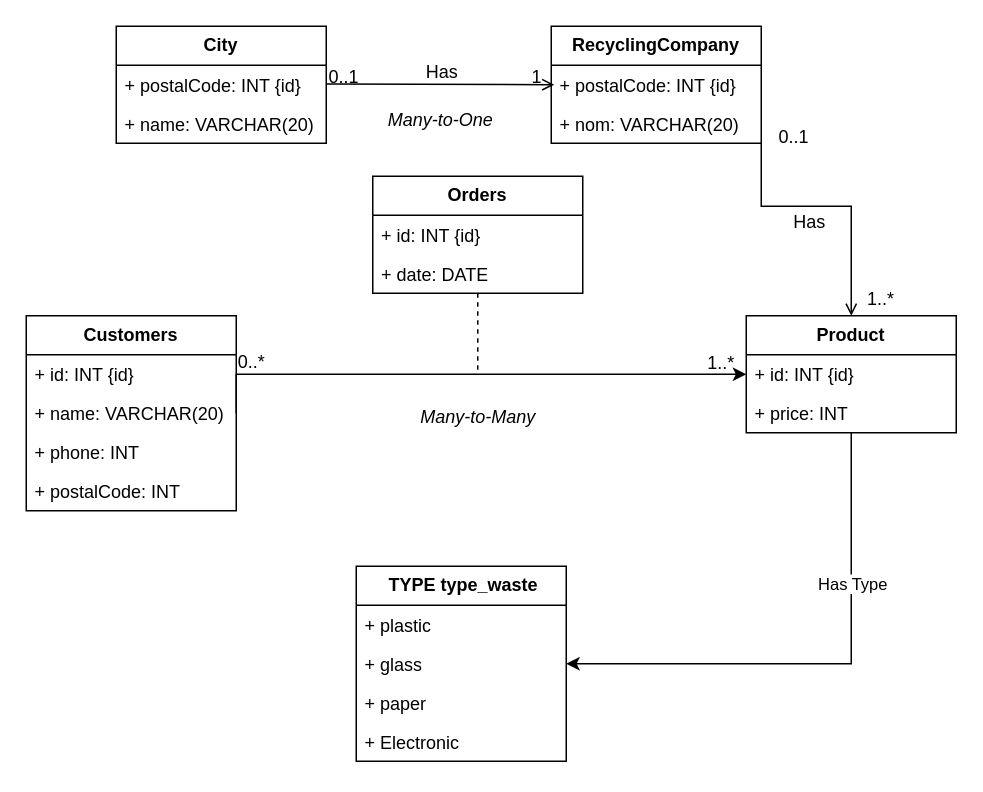
Before: Diagram.drawio in 0xtiho/ProjetBDL2, a draw.io diagram. Source tidied: cells renumbered, new cells numbered last; positions are measured from the earlier drawing's top-left corner, leaving out a move shared by most shapes. Both pictures are drawn from the tidied source at 150%, with x=0, y=0 at pixel (26, 26).
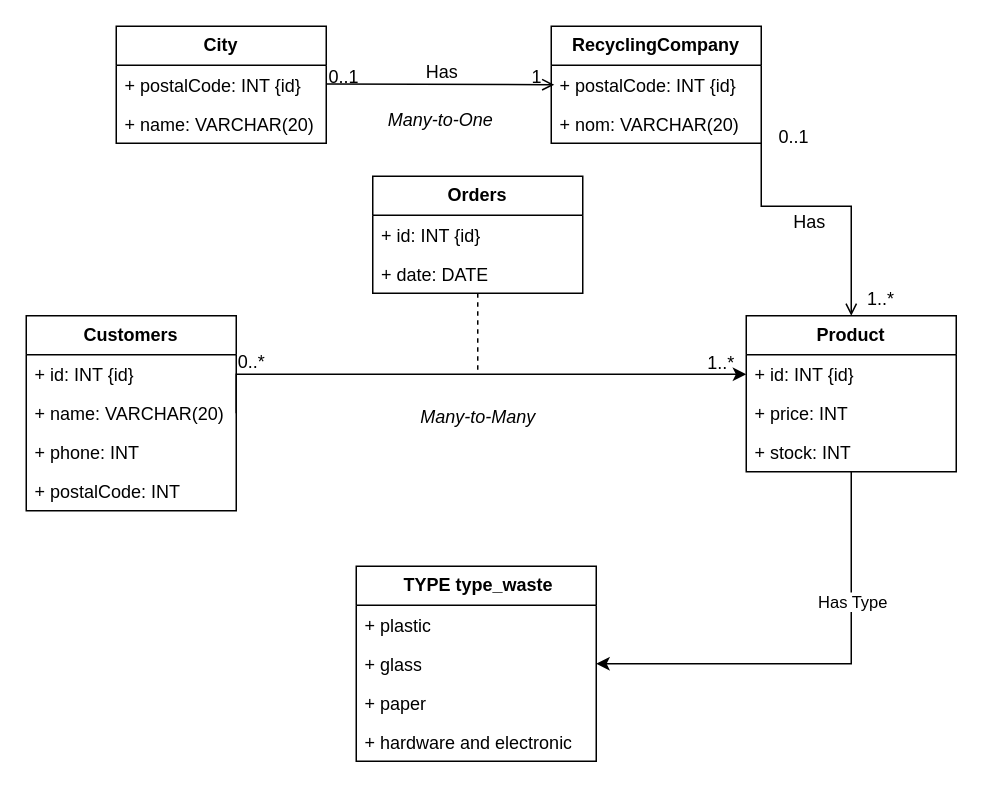
Above is the later version.

The edit, as a diff of the source:
```diff
@@
     <mxCell id="16" value="&amp;nbsp;TYPE type_waste" style="swimlane;fontStyle=1;horizontal=1;startSize=26;fillColor=none;whiteSpace=wrap;html=1;" parent="1" vertex="1">
-      <mxGeometry x="220" y="360" width="140" height="130" as="geometry" />
+      <mxGeometry x="220" y="360" width="160" height="130" as="geometry" />
     </mxCell>
     <mxCell id="17" value="+ plastic " style="text;strokeColor=none;fillColor=none;align=left;verticalAlign=top;spacingLeft=4;spacingRight=4;overflow=hidden;whiteSpace=wrap;html=1;" parent="16" vertex="1">
-      <mxGeometry y="26" width="140" height="26" as="geometry" />
+      <mxGeometry y="26" width="160" height="26" as="geometry" />
     </mxCell>
     <mxCell id="18" value="+ glass" style="text;strokeColor=none;fillColor=none;align=left;verticalAlign=top;spacingLeft=4;spacingRight=4;overflow=hidden;points=[[0,0.5],[1,0.5]];portConstraint=eastwest;whiteSpace=wrap;html=1;" parent="16" vertex="1">
-      <mxGeometry y="52" width="140" height="26" as="geometry" />
+      <mxGeometry y="52" width="160" height="26" as="geometry" />
     </mxCell>
     <mxCell id="19" value="+ paper" style="text;strokeColor=none;fillColor=none;align=left;verticalAlign=top;spacingLeft=4;spacingRight=4;overflow=hidden;whiteSpace=wrap;html=1;" parent="16" vertex="1">
-      <mxGeometry y="78" width="140" height="26" as="geometry" />
+      <mxGeometry y="78" width="160" height="26" as="geometry" />
     </mxCell>
-    <mxCell id="20" value="+ Electronic" style="text;strokeColor=none;fillColor=none;align=left;verticalAlign=top;spacingLeft=4;spacingRight=4;overflow=hidden;whiteSpace=wrap;html=1;" parent="16" vertex="1">
-      <mxGeometry y="104" width="140" height="26" as="geometry" />
+    <mxCell id="20" value="+ hardware and electronic" style="text;strokeColor=none;fillColor=none;align=left;verticalAlign=top;spacingLeft=4;spacingRight=4;overflow=hidden;whiteSpace=wrap;html=1;" parent="16" vertex="1">
+      <mxGeometry y="104" width="160" height="26" as="geometry" />
     </mxCell>
@@
     <mxCell id="23" value="Product" style="swimlane;fontStyle=1;horizontal=1;startSize=26;fillColor=none;whiteSpace=wrap;html=1;" parent="1" vertex="1">
-      <mxGeometry x="480" y="193" width="140" height="78" as="geometry" />
+      <mxGeometry x="480" y="193" width="140" height="104" as="geometry" />
     </mxCell>
@@
+    <mxCell id="40" value="+ stock: INT" style="text;strokeColor=none;fillColor=none;align=left;verticalAlign=top;spacingLeft=4;spacingRight=4;overflow=hidden;whiteSpace=wrap;html=1;" parent="23" vertex="1">
+      <mxGeometry y="78" width="140" height="26" as="geometry" />
+    </mxCell>
```
